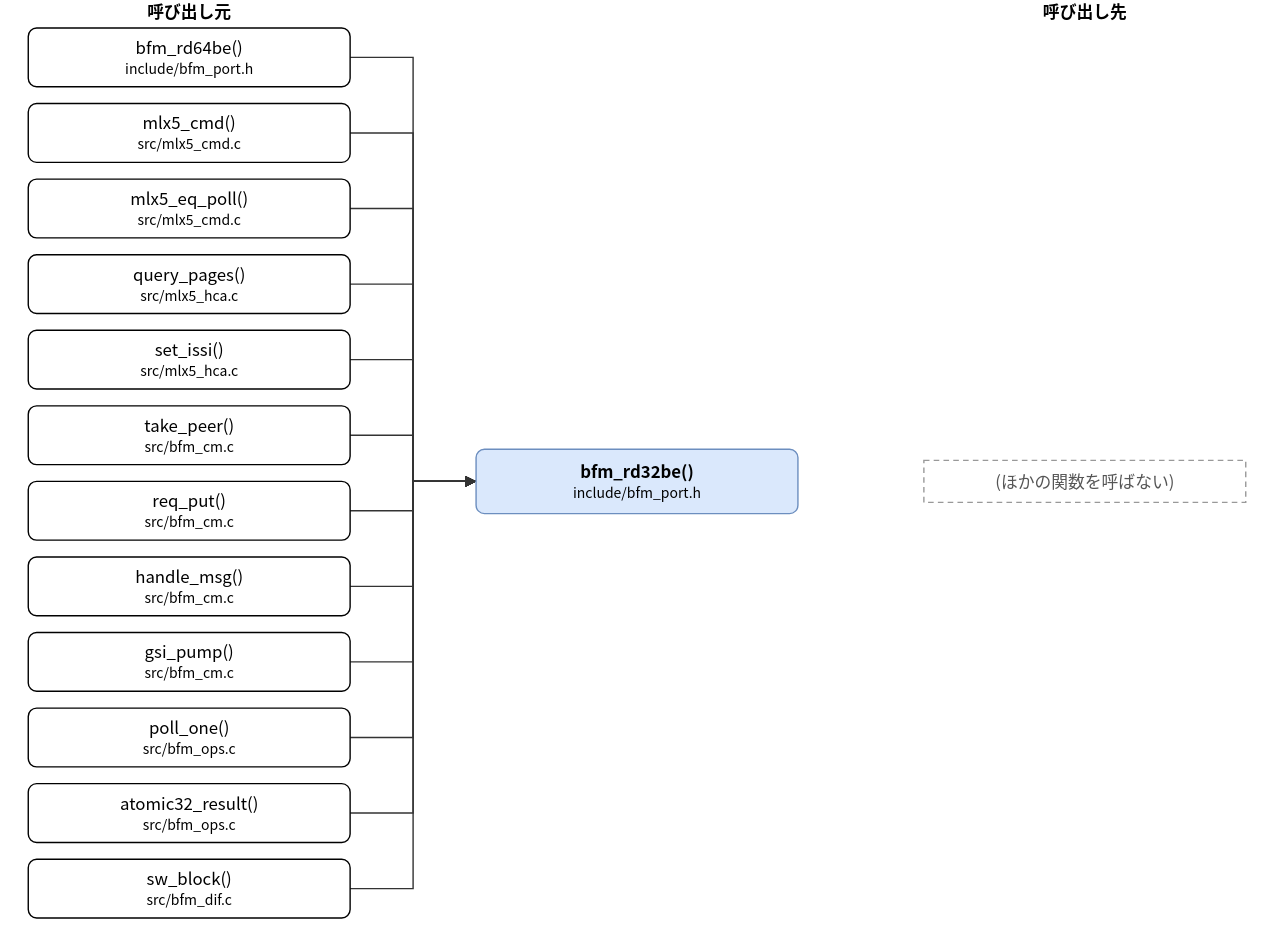
Above: doc/spec/images/call_include_bfm_port-bfm_rd32be.drawio.svg in hf355051012-ai/bfmem (draw.io), before the change. Source tidied: cells renumbered, new cells last; positions are measured from the earlier drawing's top-left corner, leaving out a move shared by most shapes.
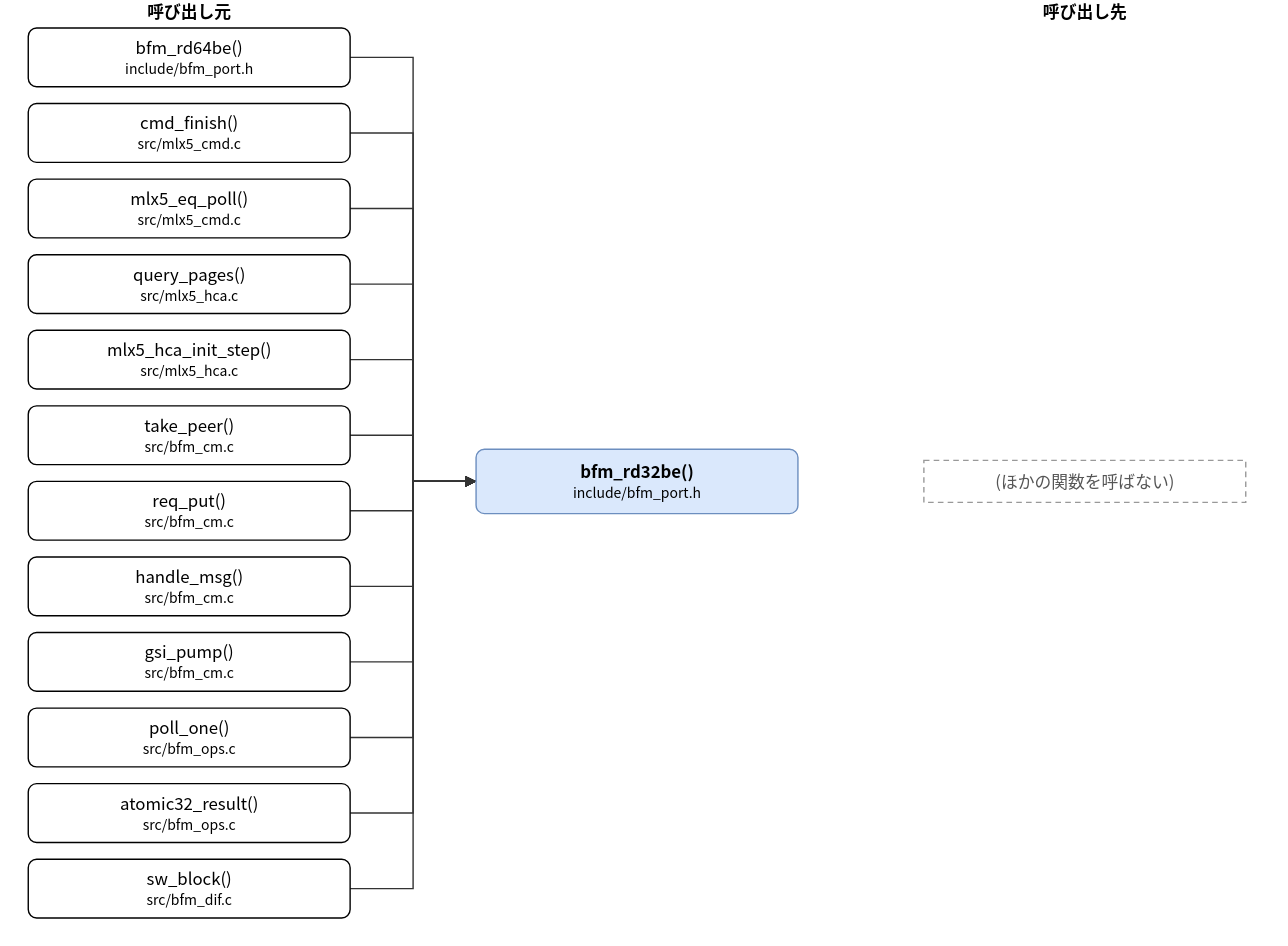
After the commit.

Diff of the diagram source:
```diff
@@ -8,7 +8,7 @@
     <mxCell id="3" value="bfm_rd64be()&lt;br&gt;&lt;font style=&quot;font-size:10px&quot;&gt;include/bfm_port.h&lt;/font&gt;" style="rounded=1;whiteSpace=wrap;html=1;" parent="1" vertex="1">
       <mxGeometry y="20" width="230" height="42" as="geometry" />
     </mxCell>
-    <mxCell id="4" value="mlx5_cmd()&lt;br&gt;&lt;font style=&quot;font-size:10px&quot;&gt;src/mlx5_cmd.c&lt;/font&gt;" style="rounded=1;whiteSpace=wrap;html=1;" parent="1" vertex="1">
+    <mxCell id="4" value="cmd_finish()&lt;br&gt;&lt;font style=&quot;font-size:10px&quot;&gt;src/mlx5_cmd.c&lt;/font&gt;" style="rounded=1;whiteSpace=wrap;html=1;" parent="1" vertex="1">
       <mxGeometry y="74" width="230" height="42" as="geometry" />
     </mxCell>
     <mxCell id="5" value="mlx5_eq_poll()&lt;br&gt;&lt;font style=&quot;font-size:10px&quot;&gt;src/mlx5_cmd.c&lt;/font&gt;" style="rounded=1;whiteSpace=wrap;html=1;" parent="1" vertex="1">
@@ -17,7 +17,7 @@
     <mxCell id="6" value="query_pages()&lt;br&gt;&lt;font style=&quot;font-size:10px&quot;&gt;src/mlx5_hca.c&lt;/font&gt;" style="rounded=1;whiteSpace=wrap;html=1;" parent="1" vertex="1">
       <mxGeometry y="182" width="230" height="42" as="geometry" />
     </mxCell>
-    <mxCell id="7" value="set_issi()&lt;br&gt;&lt;font style=&quot;font-size:10px&quot;&gt;src/mlx5_hca.c&lt;/font&gt;" style="rounded=1;whiteSpace=wrap;html=1;" parent="1" vertex="1">
+    <mxCell id="7" value="mlx5_hca_init_step()&lt;br&gt;&lt;font style=&quot;font-size:10px&quot;&gt;src/mlx5_hca.c&lt;/font&gt;" style="rounded=1;whiteSpace=wrap;html=1;" parent="1" vertex="1">
       <mxGeometry y="236" width="230" height="42" as="geometry" />
     </mxCell>
     <mxCell id="8" value="take_peer()&lt;br&gt;&lt;font style=&quot;font-size:10px&quot;&gt;src/bfm_cm.c&lt;/font&gt;" style="rounded=1;whiteSpace=wrap;html=1;" parent="1" vertex="1">
```
